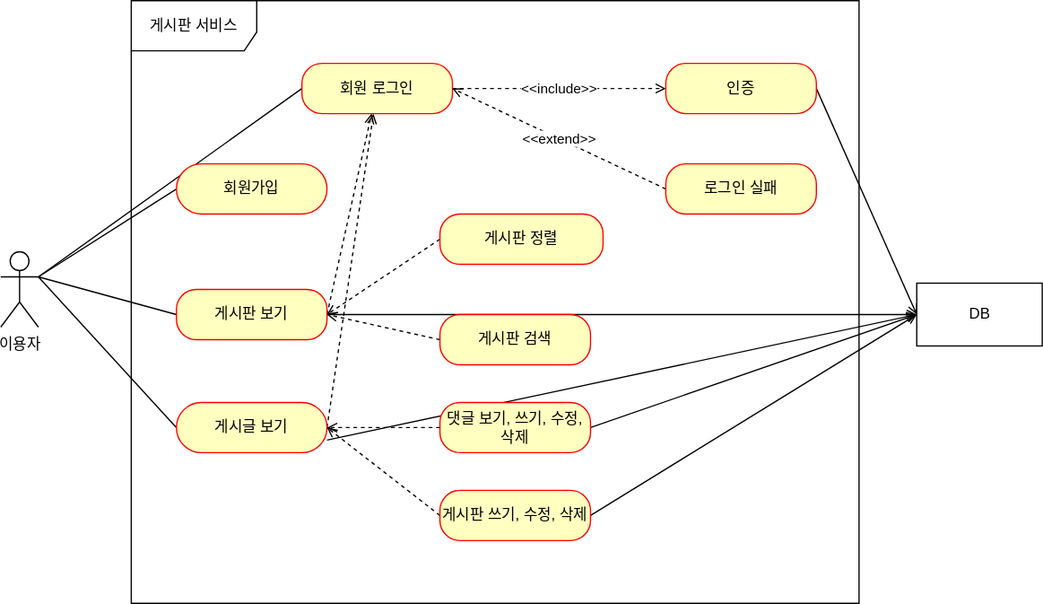
The draw.io diagram document/use-case.svg in junginwook/fastcampus-project-board, before a commit. Source tidied: cells renumbered, new cells last; positions are measured from the earlier drawing's top-left corner, leaving out a move shared by most shapes.
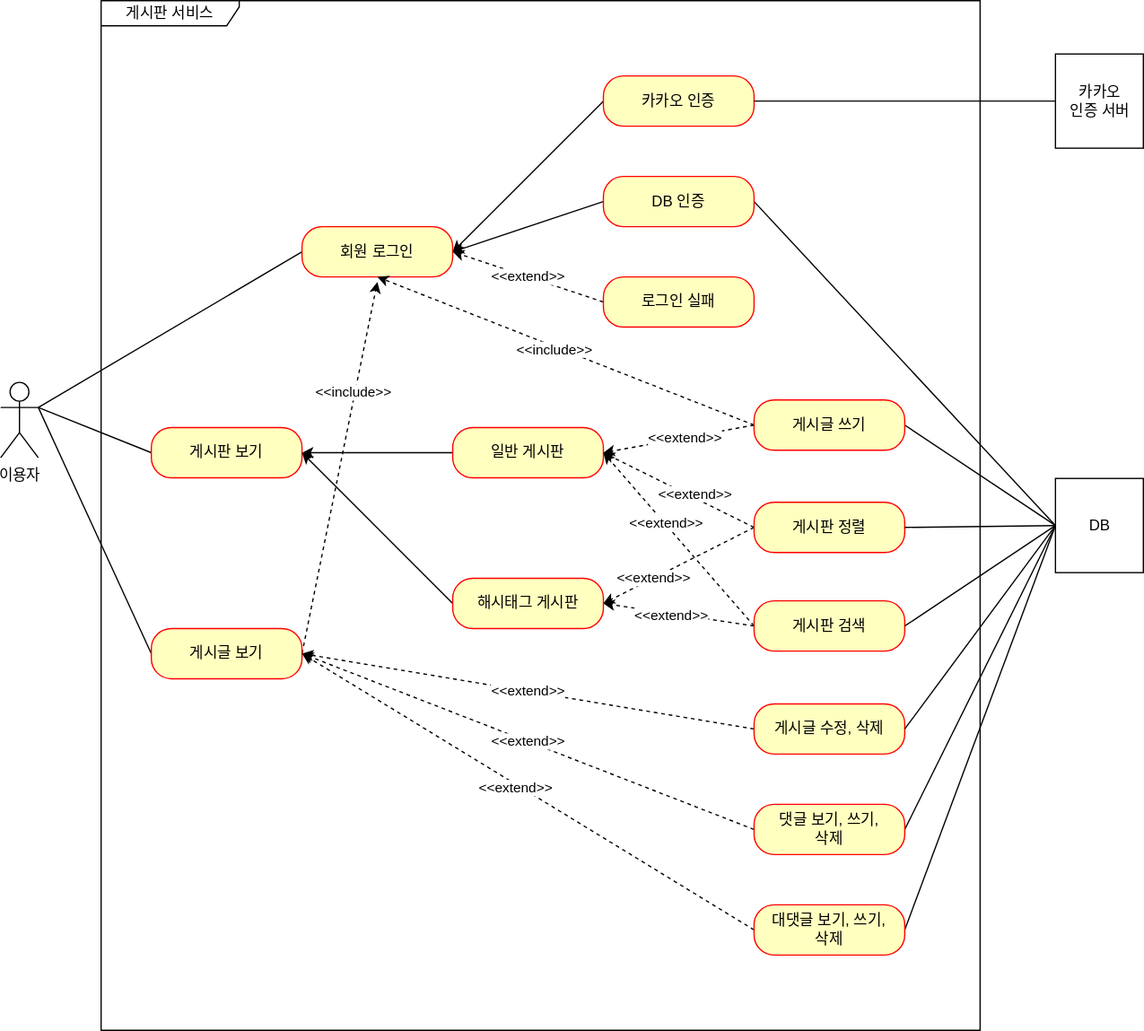
The same file after the commit.

Commit message:
use-caes.svg 유즈케이스 수정

Change to the diagram source:
```diff
@@ -2,109 +2,177 @@
   <root>
     <mxCell id="0" />
     <mxCell id="1" parent="0" />
-    <mxCell id="2" style="edgeStyle=none;rounded=0;jettySize=auto;html=1;entryX=0;entryY=0.5;entryDx=0;entryDy=0;endArrow=none;endFill=0;" parent="1" edge="1" target="16">
-      <mxGeometry relative="1" as="geometry">
-        <mxPoint x="30" y="220" as="sourcePoint" />
-      </mxGeometry>
-    </mxCell>
-    <mxCell id="3" style="edgeStyle=none;rounded=0;jettySize=auto;html=1;entryX=0;entryY=0.5;entryDx=0;entryDy=0;endArrow=none;endFill=0;" parent="1" edge="1" target="10">
-      <mxGeometry relative="1" as="geometry">
-        <mxPoint x="30" y="220" as="sourcePoint" />
-      </mxGeometry>
-    </mxCell>
-    <mxCell id="4" value="이용자&lt;br&gt;" style="shape=umlActor;verticalLabelPosition=bottom;verticalAlign=top;html=1;outlineConnect=0;" parent="1" vertex="1">
-      <mxGeometry y="200" width="30" height="60" as="geometry" />
+    <mxCell id="4" value="이용자" style="shape=umlActor;verticalLabelPosition=bottom;verticalAlign=top;html=1;" parent="1" vertex="1">
+      <mxGeometry x="-40" y="344" width="30" height="60" as="geometry" />
     </mxCell>
-    <mxCell id="5" value="게시판 서비스" style="shape=umlFrame;whiteSpace=wrap;html=1;width=100;height=40;" parent="1" vertex="1">
-      <mxGeometry x="104" width="580" height="480" as="geometry" />
+    <mxCell id="5" value="게시판 서비스" style="shape=umlFrame;whiteSpace=wrap;html=1;width=110;height=20;" parent="1" vertex="1">
+      <mxGeometry x="40" y="40" width="700" height="820" as="geometry" />
     </mxCell>
-    <mxCell id="6" style="edgeStyle=none;rounded=0;jettySize=auto;html=1;exitX=0;exitY=0.5;exitDx=0;exitDy=0;endArrow=none;endFill=0;" parent="1" edge="1" source="7">
-      <mxGeometry relative="1" as="geometry">
-        <mxPoint x="30" y="220" as="targetPoint" />
-      </mxGeometry>
-    </mxCell>
-    <mxCell id="7" value="회원가입" style="rounded=1;whiteSpace=wrap;html=1;arcSize=50;fontColor=#000000;fillColor=#ffffc0;strokeColor=#ff0000;" parent="1" vertex="1">
-      <mxGeometry x="140" y="130" width="120" height="40" as="geometry" />
-    </mxCell>
-    <mxCell id="8" style="edgeStyle=none;rounded=0;jettySize=auto;html=1;exitX=1;exitY=0.5;exitDx=0;exitDy=0;dashed=1;endArrow=open;endFill=0;" parent="1" edge="1" source="10" target="16">
-      <mxGeometry relative="1" as="geometry" />
-    </mxCell>
-    <mxCell id="9" style="edgeStyle=none;rounded=0;jettySize=auto;html=1;exitX=1;exitY=0.5;exitDx=0;exitDy=0;endArrow=open;endFill=0;" parent="1" edge="1" source="10" target="31">
-      <mxGeometry relative="1" as="geometry" />
-    </mxCell>
+    <mxCell id="32" style="rounded=0;jettySize=auto;html=1;exitX=0;exitY=0.5;exitDx=0;exitDy=0;entryX=1;entryY=0.5;entryDx=0;entryDy=0;" parent="1" edge="1" source="33" target="10">
+      <mxGeometry relative="1" as="geometry" />
+    </mxCell>
+    <mxCell id="33" value="일반 게시판" style="rounded=1;whiteSpace=wrap;html=1;arcSize=40;fontColor=#000000;fillColor=#ffffc0;strokeColor=#ff0000;" parent="1" vertex="1">
+      <mxGeometry x="320" y="380" width="120" height="40" as="geometry" />
+    </mxCell>
+    <mxCell id="34" style="edgeStyle=none;rounded=0;jettySize=auto;html=1;exitX=0;exitY=0.5;exitDx=0;exitDy=0;entryX=1;entryY=0.3333333333333333;entryDx=0;entryDy=0;entryPerimeter=0;endArrow=none;endFill=0;" parent="1" edge="1" source="10" target="4">
+      <mxGeometry relative="1" as="geometry" />
+    </mxCell>
     <mxCell id="10" value="게시판 보기" style="rounded=1;whiteSpace=wrap;html=1;arcSize=40;fontColor=#000000;fillColor=#ffffc0;strokeColor=#ff0000;" parent="1" vertex="1">
-      <mxGeometry x="140" y="230" width="120" height="40" as="geometry" />
+      <mxGeometry x="80" y="380" width="120" height="40" as="geometry" />
     </mxCell>
-    <mxCell id="11" style="edgeStyle=none;rounded=0;jettySize=auto;html=1;exitX=0;exitY=0.5;exitDx=0;exitDy=0;endArrow=none;endFill=0;" parent="1" edge="1" source="14">
-      <mxGeometry relative="1" as="geometry">
-        <mxPoint x="30" y="220" as="targetPoint" />
-      </mxGeometry>
-    </mxCell>
-    <mxCell id="12" style="edgeStyle=none;rounded=0;jettySize=auto;html=1;exitX=1;exitY=0.5;exitDx=0;exitDy=0;dashed=1;endArrow=open;endFill=0;" parent="1" edge="1" source="14" target="16">
-      <mxGeometry relative="1" as="geometry" />
-    </mxCell>
-    <mxCell id="13" style="edgeStyle=none;rounded=0;jettySize=auto;html=1;exitX=1;exitY=0.75;exitDx=0;exitDy=0;entryX=0;entryY=0.5;entryDx=0;entryDy=0;endArrow=open;endFill=0;" parent="1" edge="1" source="14" target="31">
-      <mxGeometry relative="1" as="geometry" />
-    </mxCell>
+    <mxCell id="35" style="edgeStyle=none;rounded=0;jettySize=auto;html=1;exitX=0;exitY=0.5;exitDx=0;exitDy=0;endArrow=none;endFill=0;" parent="1" edge="1" source="14">
+      <mxGeometry relative="1" as="geometry">
+        <mxPoint x="-10" y="364" as="targetPoint" />
+      </mxGeometry>
+    </mxCell>
+    <mxCell id="36" style="edgeStyle=none;rounded=0;jettySize=auto;html=1;exitX=1;exitY=0.5;exitDx=0;exitDy=0;dashed=1;endArrow=classic;endFill=1;" parent="1" edge="1" source="14">
+      <mxGeometry relative="1" as="geometry">
+        <mxPoint x="260" y="264" as="targetPoint" />
+      </mxGeometry>
+    </mxCell>
+    <mxCell id="37" value="&amp;lt;&amp;lt;include&amp;gt;&amp;gt;" style="edgeLabel;html=1;align=center;verticalAlign=middle;" parent="36" vertex="1">
+      <mxGeometry x="0.41" y="2" relative="1" as="geometry" />
+    </mxCell>
-    <mxCell id="14" value="게시글 보기" style="rounded=1;whiteSpace=wrap;html=1;arcSize=50;fontColor=#000000;fillColor=#ffffc0;strokeColor=#ff0000;" parent="1" vertex="1">
-      <mxGeometry x="140" y="320" width="120" height="40" as="geometry" />
+    <mxCell id="14" value="게시글 보기" style="rounded=1;whiteSpace=wrap;html=1;arcSize=40;fontColor=#000000;fillColor=#ffffc0;strokeColor=#ff0000;" parent="1" vertex="1">
+      <mxGeometry x="80" y="540" width="120" height="40" as="geometry" />
     </mxCell>
-    <mxCell id="15" value="&amp;lt;&amp;lt;include&amp;gt;&amp;gt;" style="edgeStyle=none;rounded=0;jettySize=auto;html=1;exitX=1;exitY=0.5;exitDx=0;exitDy=0;entryX=0;entryY=0.5;entryDx=0;entryDy=0;endArrow=open;endFill=0;dashed=1;" parent="1" edge="1" source="16" target="18">
-      <mxGeometry relative="1" as="geometry" />
-    </mxCell>
+    <mxCell id="38" style="edgeStyle=none;rounded=0;jettySize=auto;html=1;exitX=0;exitY=0.5;exitDx=0;exitDy=0;endArrow=none;endFill=0;" parent="1" edge="1" source="16">
+      <mxGeometry relative="1" as="geometry">
+        <mxPoint x="-10" y="364" as="targetPoint" />
+      </mxGeometry>
+    </mxCell>
     <mxCell id="16" value="회원 로그인" style="rounded=1;whiteSpace=wrap;html=1;arcSize=40;fontColor=#000000;fillColor=#ffffc0;strokeColor=#ff0000;" parent="1" vertex="1">
-      <mxGeometry x="240" y="50" width="120" height="40" as="geometry" />
+      <mxGeometry x="200" y="220" width="120" height="40" as="geometry" />
     </mxCell>
-    <mxCell id="17" style="edgeStyle=none;rounded=0;jettySize=auto;html=1;exitX=1;exitY=0.5;exitDx=0;exitDy=0;entryX=0;entryY=0.5;entryDx=0;entryDy=0;endArrow=open;endFill=0;" parent="1" edge="1" source="18" target="31">
-      <mxGeometry relative="1" as="geometry" />
-    </mxCell>
-    <mxCell id="18" value="인증" style="rounded=1;whiteSpace=wrap;html=1;arcSize=40;fontColor=#000000;fillColor=#ffffc0;strokeColor=#ff0000;" parent="1" vertex="1">
-      <mxGeometry x="530" y="50" width="120" height="40" as="geometry" />
-    </mxCell>
+    <mxCell id="39" style="edgeStyle=none;rounded=0;jettySize=auto;html=1;exitX=1;exitY=0.5;exitDx=0;exitDy=0;entryX=0;entryY=0.5;entryDx=0;entryDy=0;endArrow=none;endFill=0;" parent="1" edge="1" source="41" target="31">
+      <mxGeometry relative="1" as="geometry" />
+    </mxCell>
+    <mxCell id="40" style="edgeStyle=none;rounded=0;jettySize=auto;html=1;exitX=0;exitY=0.5;exitDx=0;exitDy=0;entryX=1;entryY=0.5;entryDx=0;entryDy=0;endArrow=classic;endFill=1;" parent="1" edge="1" source="41" target="16">
+      <mxGeometry relative="1" as="geometry" />
+    </mxCell>
+    <mxCell id="41" value="DB 인증" style="rounded=1;whiteSpace=wrap;html=1;arcSize=40;fontColor=#000000;fillColor=#ffffc0;strokeColor=#ff0000;" parent="1" vertex="1">
+      <mxGeometry x="440" y="180" width="120" height="40" as="geometry" />
+    </mxCell>
-    <mxCell id="19" value="&amp;lt;&amp;lt;extend&amp;gt;&amp;gt;" style="edgeStyle=none;rounded=0;jettySize=auto;html=1;exitX=0;exitY=0.5;exitDx=0;exitDy=0;entryX=1;entryY=0.5;entryDx=0;entryDy=0;dashed=1;endArrow=open;endFill=0;" parent="1" edge="1" source="20" target="16">
+    <mxCell id="19" value="&amp;lt;&amp;lt;extend&amp;gt;&amp;gt;" style="edgeStyle=none;rounded=0;jettySize=auto;html=1;exitX=0;exitY=0.5;exitDx=0;exitDy=0;entryX=1;entryY=0.5;entryDx=0;entryDy=0;endArrow=classic;endFill=1;dashed=1;" parent="1" edge="1" source="20" target="16">
       <mxGeometry relative="1" as="geometry" />
     </mxCell>
     <mxCell id="20" value="로그인 실패" style="rounded=1;whiteSpace=wrap;html=1;arcSize=40;fontColor=#000000;fillColor=#ffffc0;strokeColor=#ff0000;" parent="1" vertex="1">
-      <mxGeometry x="530" y="130" width="120" height="40" as="geometry" />
+      <mxGeometry x="440" y="260" width="120" height="40" as="geometry" />
     </mxCell>
-    <mxCell id="21" style="edgeStyle=none;rounded=0;jettySize=auto;html=1;exitX=0;exitY=0.5;exitDx=0;exitDy=0;entryX=1;entryY=0.5;entryDx=0;entryDy=0;dashed=1;endArrow=open;endFill=0;" parent="1" edge="1" source="22" target="10">
-      <mxGeometry relative="1" as="geometry" />
-    </mxCell>
+    <mxCell id="42" style="edgeStyle=none;rounded=0;jettySize=auto;html=1;exitX=0;exitY=0.5;exitDx=0;exitDy=0;entryX=1;entryY=0.5;entryDx=0;entryDy=0;dashed=1;endArrow=classic;endFill=1;" parent="1" edge="1" source="22" target="33">
+      <mxGeometry relative="1" as="geometry" />
+    </mxCell>
+    <mxCell id="43" value="&amp;lt;&amp;lt;extend&amp;gt;&amp;gt;" style="edgeLabel;html=1;align=center;verticalAlign=middle;" parent="42" vertex="1">
+      <mxGeometry x="-0.18" y="-3" relative="1" as="geometry" />
+    </mxCell>
+    <mxCell id="44" style="edgeStyle=none;rounded=0;jettySize=auto;html=1;exitX=0;exitY=0.5;exitDx=0;exitDy=0;entryX=1;entryY=0.5;entryDx=0;entryDy=0;dashed=1;" parent="1" edge="1" source="22" target="61">
+      <mxGeometry relative="1" as="geometry" />
+    </mxCell>
+    <mxCell id="45" value="&amp;lt;&amp;lt;extend&amp;gt;&amp;gt;" style="edgeLabel;html=1;align=center;verticalAlign=middle;" parent="44" vertex="1">
+      <mxGeometry x="0.33" relative="1" as="geometry">
+        <mxPoint x="-1" as="offset" />
+      </mxGeometry>
+    </mxCell>
     <mxCell id="22" value="게시판 정렬" style="rounded=1;whiteSpace=wrap;html=1;arcSize=40;fontColor=#000000;fillColor=#ffffc0;strokeColor=#ff0000;" parent="1" vertex="1">
-      <mxGeometry x="350" y="170" width="130" height="40" as="geometry" />
+      <mxGeometry x="560" y="439.5" width="120" height="40" as="geometry" />
     </mxCell>
-    <mxCell id="23" style="edgeStyle=none;rounded=0;jettySize=auto;html=1;exitX=0;exitY=0.5;exitDx=0;exitDy=0;dashed=1;endArrow=open;endFill=0;" parent="1" edge="1" source="24">
-      <mxGeometry relative="1" as="geometry">
-        <mxPoint x="260" y="250" as="targetPoint" />
-      </mxGeometry>
-    </mxCell>
+    <mxCell id="46" style="edgeStyle=none;rounded=0;jettySize=auto;html=1;exitX=0;exitY=0.5;exitDx=0;exitDy=0;dashed=1;endArrow=classic;endFill=1;entryX=1;entryY=0.5;entryDx=0;entryDy=0;" parent="1" edge="1" source="24" target="33">
+      <mxGeometry relative="1" as="geometry" />
+    </mxCell>
+    <mxCell id="47" value="&amp;lt;&amp;lt;extend&amp;gt;&amp;gt;" style="edgeLabel;html=1;align=center;verticalAlign=middle;" parent="46" vertex="1">
+      <mxGeometry x="0.18" y="-1" relative="1" as="geometry" />
+    </mxCell>
+    <mxCell id="48" style="edgeStyle=none;rounded=0;jettySize=auto;html=1;exitX=0;exitY=0.5;exitDx=0;exitDy=0;entryX=1;entryY=0.5;entryDx=0;entryDy=0;dashed=1;" parent="1" edge="1" source="24" target="61">
+      <mxGeometry relative="1" as="geometry" />
+    </mxCell>
+    <mxCell id="49" value="&amp;lt;&amp;lt;extend&amp;gt;&amp;gt;" style="edgeLabel;html=1;align=center;verticalAlign=middle;" parent="48" vertex="1">
+      <mxGeometry x="0.11" y="2" relative="1" as="geometry">
+        <mxPoint x="1" as="offset" />
+      </mxGeometry>
+    </mxCell>
     <mxCell id="24" value="게시판 검색" style="rounded=1;whiteSpace=wrap;html=1;arcSize=40;fontColor=#000000;fillColor=#ffffc0;strokeColor=#ff0000;" parent="1" vertex="1">
-      <mxGeometry x="350" y="250" width="120" height="40" as="geometry" />
+      <mxGeometry x="560" y="518" width="120" height="40" as="geometry" />
     </mxCell>
-    <mxCell id="25" style="edgeStyle=none;rounded=0;jettySize=auto;html=1;exitX=0;exitY=0.5;exitDx=0;exitDy=0;dashed=1;endArrow=open;endFill=0;" parent="1" edge="1" source="27">
-      <mxGeometry relative="1" as="geometry">
-        <mxPoint x="260" y="340" as="targetPoint" />
-      </mxGeometry>
-    </mxCell>
-    <mxCell id="26" style="edgeStyle=none;rounded=0;jettySize=auto;html=1;exitX=1;exitY=0.5;exitDx=0;exitDy=0;endArrow=open;endFill=0;" parent="1" edge="1" source="27">
-      <mxGeometry relative="1" as="geometry">
-        <mxPoint x="730" y="250" as="targetPoint" />
-      </mxGeometry>
-    </mxCell>
-    <mxCell id="27" value="게시판 쓰기, 수정, 삭제" style="rounded=1;whiteSpace=wrap;html=1;arcSize=40;fontColor=#000000;fillColor=#ffffc0;strokeColor=#ff0000;" parent="1" vertex="1">
-      <mxGeometry x="350" y="390" width="120" height="40" as="geometry" />
-    </mxCell>
-    <mxCell id="28" style="edgeStyle=none;rounded=0;jettySize=auto;html=1;exitX=0;exitY=0.5;exitDx=0;exitDy=0;entryX=1;entryY=0.5;entryDx=0;entryDy=0;dashed=1;endArrow=open;endFill=0;" parent="1" edge="1" source="30" target="14">
-      <mxGeometry relative="1" as="geometry" />
-    </mxCell>
-    <mxCell id="29" style="edgeStyle=none;rounded=0;jettySize=auto;html=1;exitX=1;exitY=0.5;exitDx=0;exitDy=0;entryX=0;entryY=0.5;entryDx=0;entryDy=0;endArrow=open;endFill=0;" parent="1" edge="1" source="30" target="31">
-      <mxGeometry relative="1" as="geometry" />
-    </mxCell>
-    <mxCell id="30" value="댓글 보기, 쓰기, 수정, 삭제" style="rounded=1;whiteSpace=wrap;html=1;arcSize=40;fontColor=#000000;fillColor=#ffffc0;strokeColor=#ff0000;" parent="1" vertex="1">
-      <mxGeometry x="350" y="320" width="120" height="40" as="geometry" />
-    </mxCell>
+    <mxCell id="50" value="&amp;lt;&amp;lt;extend&amp;gt;&amp;gt;" style="edgeStyle=none;rounded=0;jettySize=auto;html=1;exitX=0;exitY=0.5;exitDx=0;exitDy=0;entryX=1;entryY=0.5;entryDx=0;entryDy=0;dashed=1;endArrow=classic;endFill=1;" parent="1" edge="1" source="51" target="14">
+      <mxGeometry relative="1" as="geometry" />
+    </mxCell>
+    <mxCell id="51" value="게시글 수정, 삭제" style="rounded=1;whiteSpace=wrap;html=1;arcSize=40;fontColor=#000000;fillColor=#ffffc0;strokeColor=#ff0000;" parent="1" vertex="1">
+      <mxGeometry x="560" y="600" width="120" height="40" as="geometry" />
+    </mxCell>
+    <mxCell id="52" style="edgeStyle=none;rounded=0;jettySize=auto;html=1;exitX=0;exitY=0.5;exitDx=0;exitDy=0;dashed=1;endArrow=classic;endFill=1;entryX=1;entryY=0.5;entryDx=0;entryDy=0;" parent="1" edge="1" source="55" target="14">
+      <mxGeometry relative="1" as="geometry" />
+    </mxCell>
+    <mxCell id="53" value="&amp;lt;&amp;lt;extend&amp;gt;&amp;gt;" style="edgeLabel;html=1;align=center;verticalAlign=middle;" parent="52" vertex="1">
+      <mxGeometry x="0.01" relative="1" as="geometry" />
+    </mxCell>
+    <mxCell id="54" style="edgeStyle=none;rounded=0;jettySize=auto;html=1;exitX=1;exitY=0.5;exitDx=0;exitDy=0;endArrow=none;endFill=0;entryX=0;entryY=0.5;entryDx=0;entryDy=0;" parent="1" edge="1" source="55" target="31">
+      <mxGeometry relative="1" as="geometry" />
+    </mxCell>
+    <mxCell id="55" value="댓글 보기, 쓰기,&lt;br&gt;삭제" style="rounded=1;whiteSpace=wrap;html=1;arcSize=40;fontColor=#000000;fillColor=#ffffc0;strokeColor=#ff0000;" parent="1" vertex="1">
+      <mxGeometry x="560" y="680" width="120" height="40" as="geometry" />
+    </mxCell>
+    <mxCell id="56" style="edgeStyle=none;rounded=0;jettySize=auto;html=1;exitX=0;exitY=0.5;exitDx=0;exitDy=0;entryX=1;entryY=0.5;entryDx=0;entryDy=0;endArrow=none;endFill=0;" parent="1" edge="1" source="31" target="51">
+      <mxGeometry relative="1" as="geometry" />
+    </mxCell>
+    <mxCell id="57" style="edgeStyle=none;rounded=0;jettySize=auto;html=1;exitX=0;exitY=0.5;exitDx=0;exitDy=0;entryX=1;entryY=0.5;entryDx=0;entryDy=0;endArrow=none;endFill=0;" parent="1" edge="1" source="31" target="24">
+      <mxGeometry relative="1" as="geometry" />
+    </mxCell>
+    <mxCell id="58" style="edgeStyle=none;rounded=0;jettySize=auto;html=1;exitX=0;exitY=0.5;exitDx=0;exitDy=0;entryX=1;entryY=0.5;entryDx=0;entryDy=0;endArrow=none;endFill=0;" parent="1" edge="1" source="31" target="22">
+      <mxGeometry relative="1" as="geometry" />
+    </mxCell>
+    <mxCell id="59" style="edgeStyle=none;rounded=0;jettySize=auto;html=1;exitX=0;exitY=0.5;exitDx=0;exitDy=0;entryX=1;entryY=0.5;entryDx=0;entryDy=0;endArrow=none;endFill=0;" parent="1" edge="1" source="31" target="67">
+      <mxGeometry relative="1" as="geometry" />
+    </mxCell>
     <mxCell id="31" value="DB" style="html=1;" parent="1" vertex="1">
-      <mxGeometry x="730" y="225" width="100" height="50" as="geometry" />
+      <mxGeometry x="800" y="420.5" width="70" height="75" as="geometry" />
     </mxCell>
+    <mxCell id="60" style="jettySize=auto;html=1;exitX=0;exitY=0.5;exitDx=0;exitDy=0;entryX=1;entryY=0.5;entryDx=0;entryDy=0;rounded=0;" parent="1" edge="1" source="61" target="10">
+      <mxGeometry relative="1" as="geometry" />
+    </mxCell>
+    <mxCell id="61" value="해시태그 게시판" style="rounded=1;whiteSpace=wrap;html=1;arcSize=40;fontColor=#000000;fillColor=#ffffc0;strokeColor=#ff0000;" parent="1" vertex="1">
+      <mxGeometry x="320" y="500" width="120" height="40" as="geometry" />
+    </mxCell>
+    <mxCell id="62" style="edgeStyle=none;rounded=0;orthogonalLoop=1;jettySize=auto;html=1;exitX=0;exitY=0.5;exitDx=0;exitDy=0;" parent="1" edge="1" source="24" target="24">
+      <mxGeometry relative="1" as="geometry" />
+    </mxCell>
+    <mxCell id="63" style="edgeStyle=none;rounded=0;jettySize=auto;html=1;exitX=0;exitY=0.5;exitDx=0;exitDy=0;entryX=1;entryY=0.5;entryDx=0;entryDy=0;dashed=1;" parent="1" edge="1" source="67" target="33">
+      <mxGeometry relative="1" as="geometry" />
+    </mxCell>
+    <mxCell id="64" value="&amp;lt;&amp;lt;extend&amp;gt;&amp;gt;" style="edgeLabel;html=1;align=center;verticalAlign=middle;" parent="63" vertex="1">
+      <mxGeometry x="-0.09" y="-1" relative="1" as="geometry" />
+    </mxCell>
+    <mxCell id="65" style="edgeStyle=none;rounded=0;jettySize=auto;html=1;exitX=0;exitY=0.5;exitDx=0;exitDy=0;entryX=0.5;entryY=1;entryDx=0;entryDy=0;endArrow=classic;endFill=1;dashed=1;" parent="1" edge="1" source="67" target="16">
+      <mxGeometry relative="1" as="geometry" />
+    </mxCell>
+    <mxCell id="66" value="&amp;lt;&amp;lt;include&amp;gt;&amp;gt;" style="edgeLabel;html=1;align=center;verticalAlign=middle;" parent="65" vertex="1">
+      <mxGeometry x="0.06" y="2" relative="1" as="geometry" />
+    </mxCell>
+    <mxCell id="67" value="게시글 쓰기" style="rounded=1;whiteSpace=wrap;html=1;arcSize=40;fontColor=#000000;fillColor=#ffffc0;strokeColor=#ff0000;" parent="1" vertex="1">
+      <mxGeometry x="560" y="358" width="120" height="40" as="geometry" />
+    </mxCell>
+    <mxCell id="68" style="edgeStyle=none;rounded=0;jettySize=auto;html=1;exitX=0;exitY=0.5;exitDx=0;exitDy=0;entryX=1;entryY=0.5;entryDx=0;entryDy=0;endArrow=classic;endFill=1;dashed=1;" parent="1" edge="1" source="71" target="14">
+      <mxGeometry relative="1" as="geometry" />
+    </mxCell>
+    <mxCell id="69" value="&amp;lt;&amp;lt;extend&amp;gt;&amp;gt;" style="edgeLabel;html=1;align=center;verticalAlign=middle;" parent="68" vertex="1">
+      <mxGeometry x="0.05" y="3" relative="1" as="geometry" />
+    </mxCell>
+    <mxCell id="70" style="edgeStyle=none;rounded=0;jettySize=auto;html=1;exitX=1;exitY=0.5;exitDx=0;exitDy=0;entryX=0;entryY=0.5;entryDx=0;entryDy=0;endArrow=none;endFill=0;" parent="1" edge="1" source="71" target="31">
+      <mxGeometry relative="1" as="geometry" />
+    </mxCell>
+    <mxCell id="71" value="대댓글 보기, 쓰기,&lt;br&gt;삭제" style="rounded=1;whiteSpace=wrap;html=1;arcSize=40;fontColor=#000000;fillColor=#ffffc0;strokeColor=#ff0000;" parent="1" vertex="1">
+      <mxGeometry x="560" y="760" width="120" height="40" as="geometry" />
+    </mxCell>
+    <mxCell id="72" style="rounded=0;jettySize=auto;html=1;exitX=0;exitY=0.5;exitDx=0;exitDy=0;entryX=1;entryY=0.5;entryDx=0;entryDy=0;endArrow=classic;endFill=1;" parent="1" edge="1" source="73" target="16">
+      <mxGeometry relative="1" as="geometry" />
+    </mxCell>
+    <mxCell id="73" value="카카오 인증" style="rounded=1;whiteSpace=wrap;html=1;arcSize=40;fontColor=#000000;fillColor=#ffffc0;strokeColor=#ff0000;" parent="1" vertex="1">
+      <mxGeometry x="440" y="100" width="120" height="40" as="geometry" />
+    </mxCell>
+    <mxCell id="74" style="edgeStyle=orthogonalEdgeStyle;rounded=0;jettySize=auto;html=1;exitX=0;exitY=0.5;exitDx=0;exitDy=0;entryX=1;entryY=0.5;entryDx=0;entryDy=0;endArrow=none;endFill=0;" parent="1" edge="1" source="75" target="73">
+      <mxGeometry relative="1" as="geometry" />
+    </mxCell>
+    <mxCell id="75" value="카카오&lt;br&gt;인증 서버" style="html=1;" parent="1" vertex="1">
+      <mxGeometry x="800" y="82.5" width="70" height="75" as="geometry" />
+    </mxCell>
   </root>
 </mxGraphModel>
```
